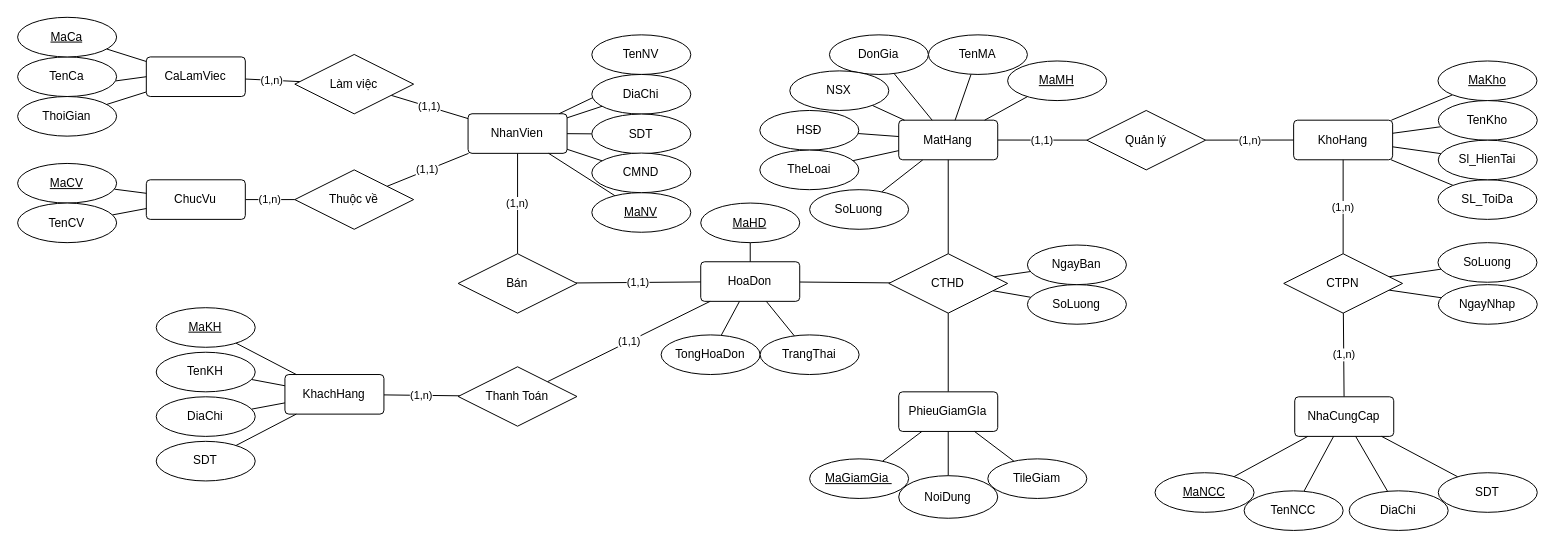
Before: docs/ERD.drawio in EdgarIgnite16/Mini-Store-Manager, a draw.io diagram. Source tidied: cells renumbered, new cells numbered last; positions are measured from the earlier drawing's top-left corner, leaving out a move shared by most shapes. Both pictures are drawn from the tidied source at 99%, with x=0, y=0 at pixel (17, 17).
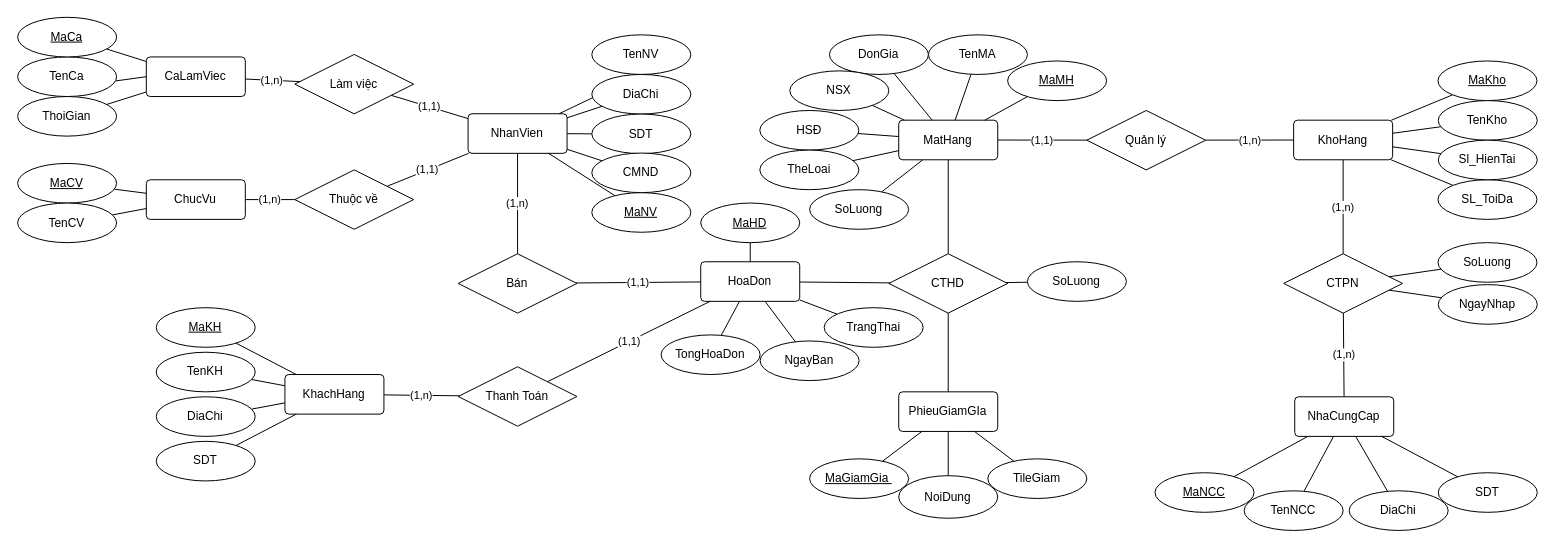
The same diagram, later.

The change refers to these unchanged cells:
```xml
<mxCell id="10" value="HoaDon" style="rounded=1;arcSize=10;whiteSpace=wrap;html=1;align=center;" parent="1" vertex="1">
  <mxGeometry x="690.3" y="246.9" width="100" height="40" as="geometry" />
</mxCell>
<mxCell id="21" value="CTHD" style="shape=rhombus;perimeter=rhombusPerimeter;whiteSpace=wrap;html=1;align=center;" parent="1" vertex="1">
  <mxGeometry x="880.3" y="238.8" width="120" height="60" as="geometry" />
</mxCell>
```

Change to the diagram source:
```diff
@@
+    <mxCell id="111" style="rounded=0;jettySize=auto;html=1;endArrow=none;endFill=0;" parent="1" edge="1" source="10" target="52">
+      <mxGeometry relative="1" as="geometry" />
+    </mxCell>
@@
     <mxCell id="50" value="SoLuong" style="ellipse;whiteSpace=wrap;html=1;align=center;" parent="1" vertex="1">
-      <mxGeometry x="1020.3" y="270" width="100" height="40" as="geometry" />
+      <mxGeometry x="1020.3" y="246.9" width="100" height="40" as="geometry" />
     </mxCell>
-    <mxCell id="51" style="edgeStyle=none;rounded=0;jettySize=auto;html=1;endArrow=none;endFill=0;" parent="1" edge="1" source="52" target="21">
-      <mxGeometry relative="1" as="geometry" />
-    </mxCell>
-    <mxCell id="52" value="NgayBan" style="ellipse;whiteSpace=wrap;html=1;align=center;" parent="1" vertex="1">
-      <mxGeometry x="1020.3" y="230" width="100" height="40" as="geometry" />
-    </mxCell>
@@
     <mxCell id="76" value="TrangThai" style="ellipse;whiteSpace=wrap;html=1;align=center;" parent="1" vertex="1">
-      <mxGeometry x="750.3" y="320.8" width="100" height="40" as="geometry" />
+      <mxGeometry x="815" y="293.3" width="100" height="40" as="geometry" />
     </mxCell>
@@
+    <mxCell id="52" value="NgayBan" style="ellipse;whiteSpace=wrap;html=1;align=center;" parent="1" vertex="1">
+      <mxGeometry x="750.3" y="326.9" width="100" height="40" as="geometry" />
+    </mxCell>
```
